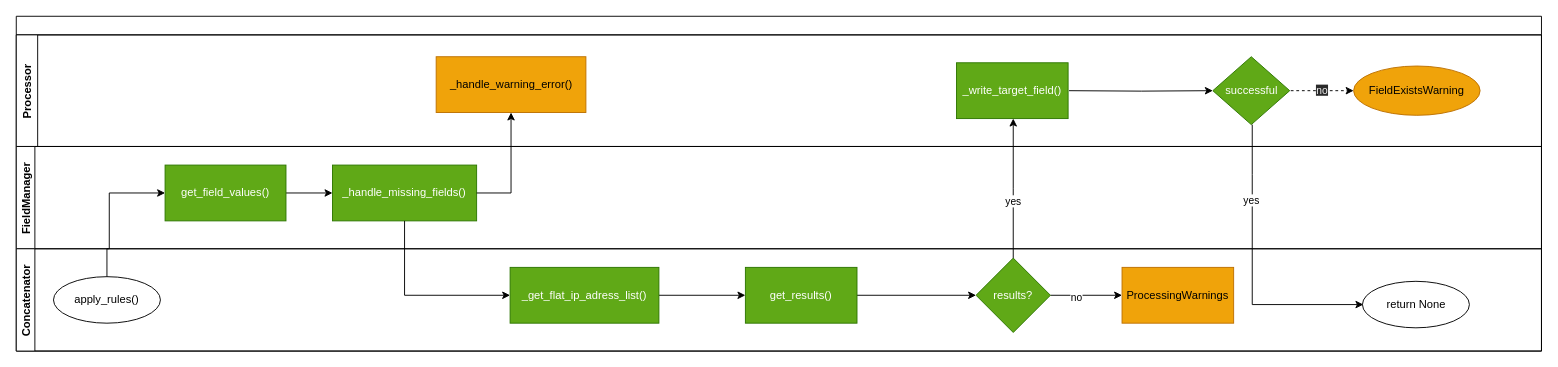
The draw.io diagram page "IpInformer" (12 of 20) of doc/source/development/architecture/diagramms/process.drawio in fkie-cad/Logprep, before the edit. Source tidied: cells renumbered, new cells numbered last; positions are measured from the earlier drawing's top-left corner, leaving out a move shared by most shapes. Both pictures are drawn from the tidied source at 93%, with x=0, y=0 at pixel (16, 16).
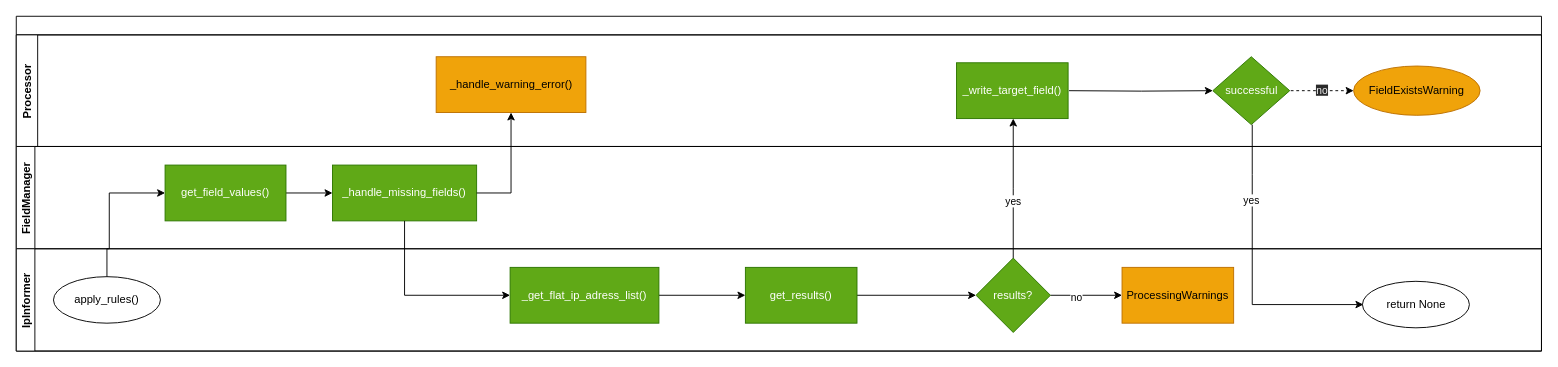
The same page after the edit.

Unchanged cells that the change refers to:
```xml
<mxCell id="2" style="swimlane;horizontal=1;startSize=20;" parent="1" vertex="1">
  <mxGeometry width="1640" height="360" as="geometry" />
</mxCell>
```

Diff of the diagram source:
```diff
@@
-    <mxCell id="14" value="Concatenator" style="swimlane;startSize=20;horizontal=0;" parent="2" vertex="1">
+    <mxCell id="14" value="IpInformer" style="swimlane;startSize=20;horizontal=0;" parent="2" vertex="1">
       <mxGeometry y="250" width="1640" height="110" as="geometry" />
     </mxCell>
```
